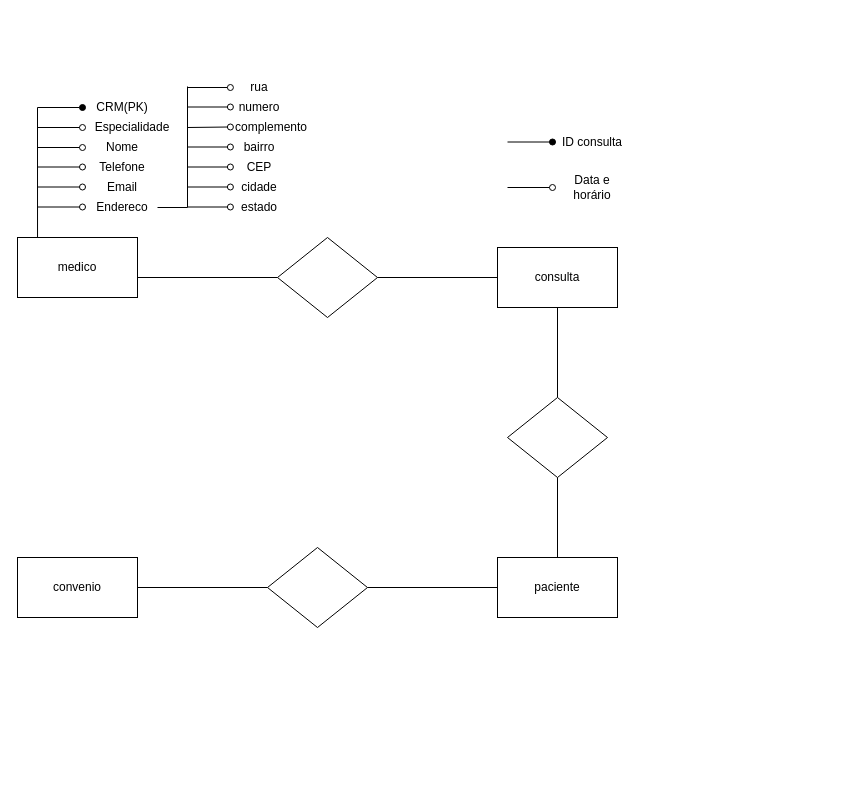
This is Diagrama sem nome.drawio from MatheusPomper/Matheus-Pomper, a draw.io file, before an edit. Source tidied: cells renumbered, new cells numbered last; positions are measured from the earlier drawing's top-left corner, leaving out a move shared by most shapes. Both pictures are drawn from the tidied source at 100%, with x=0, y=0 at pixel (17, 77).
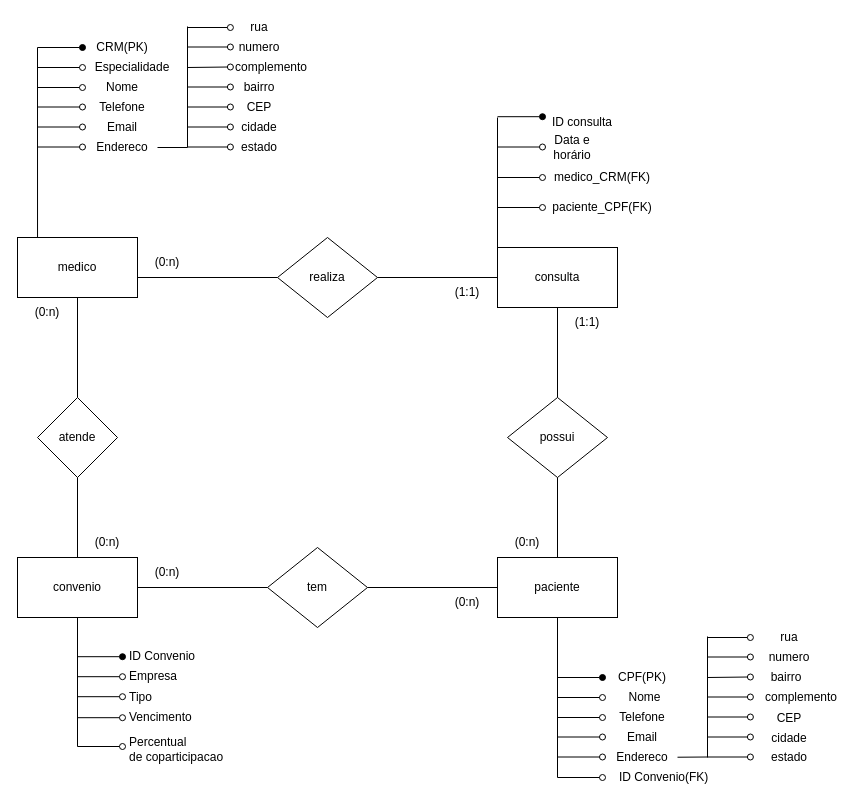
After the change.

Unchanged cells that the change refers to:
```xml
<mxCell id="2" value="medico" style="rounded=0;whiteSpace=wrap;html=1;" parent="1" vertex="1">
  <mxGeometry y="160" width="120" height="60" as="geometry" />
</mxCell>
<mxCell id="3" value="consulta" style="rounded=0;whiteSpace=wrap;html=1;" parent="1" vertex="1">
  <mxGeometry x="480" y="170" width="120" height="60" as="geometry" />
</mxCell>
<mxCell id="5" value="convenio" style="rounded=0;whiteSpace=wrap;html=1;" parent="1" vertex="1">
  <mxGeometry y="480" width="120" height="60" as="geometry" />
</mxCell>
```

The edit, as a diff of the source:
```diff
@@
-    <mxCell id="6" style="rhombus;whiteSpace=wrap;html=1;" parent="1" vertex="1">
+    <mxCell id="6" value="realiza" style="rhombus;whiteSpace=wrap;html=1;" parent="1" vertex="1">
       <mxGeometry x="260" y="160" width="100" height="80" as="geometry" />
     </mxCell>
-    <mxCell id="7" style="rhombus;whiteSpace=wrap;html=1;" parent="1" vertex="1">
+    <mxCell id="7" value="possui" style="rhombus;whiteSpace=wrap;html=1;" parent="1" vertex="1">
       <mxGeometry x="490" y="320" width="100" height="80" as="geometry" />
     </mxCell>
-    <mxCell id="8" style="rhombus;whiteSpace=wrap;html=1;" parent="1" vertex="1">
+    <mxCell id="8" value="tem" style="rhombus;whiteSpace=wrap;html=1;" parent="1" vertex="1">
       <mxGeometry x="250" y="470" width="100" height="80" as="geometry" />
     </mxCell>
@@
     <mxCell id="15" style="endArrow=none;html=1;rounded=0;startArrow=oval;startFill=1;" parent="1" edge="1">
       <mxGeometry relative="1" as="geometry">
-        <mxPoint x="65" y="30" as="sourcePoint" />
-        <mxPoint x="20" y="30" as="targetPoint" />
+        <mxPoint x="65" y="-30" as="sourcePoint" />
+        <mxPoint x="20" y="-30" as="targetPoint" />
       </mxGeometry>
     </mxCell>
     <mxCell id="16" value="CRM(PK)" style="text;html=1;align=center;verticalAlign=middle;whiteSpace=wrap;rounded=0;" parent="1" vertex="1">
-      <mxGeometry x="70" y="20" width="70" height="20" as="geometry" />
+      <mxGeometry x="70" y="-40" width="70" height="20" as="geometry" />
     </mxCell>
     <mxCell id="17" style="endArrow=none;html=1;rounded=0;startArrow=oval;startFill=0;" parent="1" edge="1">
       <mxGeometry relative="1" as="geometry">
-        <mxPoint x="65" y="50" as="sourcePoint" />
-        <mxPoint x="20" y="50" as="targetPoint" />
+        <mxPoint x="65" y="-10" as="sourcePoint" />
+        <mxPoint x="20" y="-10" as="targetPoint" />
       </mxGeometry>
     </mxCell>
     <mxCell id="18" style="endArrow=none;html=1;rounded=0;startArrow=oval;startFill=0;" parent="1" edge="1">
       <mxGeometry relative="1" as="geometry">
-        <mxPoint x="65" y="70" as="sourcePoint" />
-        <mxPoint x="20" y="70" as="targetPoint" />
+        <mxPoint x="65" y="10" as="sourcePoint" />
+        <mxPoint x="20" y="10" as="targetPoint" />
       </mxGeometry>
     </mxCell>
     <mxCell id="19" style="endArrow=none;html=1;rounded=0;startArrow=oval;startFill=0;" parent="1" edge="1">
       <mxGeometry relative="1" as="geometry">
-        <mxPoint x="65" y="89.5" as="sourcePoint" />
-        <mxPoint x="20" y="89.5" as="targetPoint" />
+        <mxPoint x="65" y="29.5" as="sourcePoint" />
+        <mxPoint x="20" y="29.5" as="targetPoint" />
       </mxGeometry>
     </mxCell>
     <mxCell id="20" value="Especialidade" style="text;html=1;align=center;verticalAlign=middle;whiteSpace=wrap;rounded=0;" parent="1" vertex="1">
-      <mxGeometry x="70" y="40" width="90" height="20" as="geometry" />
+      <mxGeometry x="70" y="-20" width="90" height="20" as="geometry" />
     </mxCell>
     <mxCell id="21" value="Nome" style="text;html=1;align=center;verticalAlign=middle;whiteSpace=wrap;rounded=0;" parent="1" vertex="1">
-      <mxGeometry x="70" y="60" width="70" height="20" as="geometry" />
+      <mxGeometry x="70" width="70" height="20" as="geometry" />
     </mxCell>
     <mxCell id="22" value="Telefone" style="text;html=1;align=center;verticalAlign=middle;whiteSpace=wrap;rounded=0;" parent="1" vertex="1">
-      <mxGeometry x="70" y="80" width="70" height="20" as="geometry" />
+      <mxGeometry x="70" y="20" width="70" height="20" as="geometry" />
     </mxCell>
     <mxCell id="23" style="endArrow=none;html=1;rounded=0;startArrow=oval;startFill=0;" parent="1" edge="1">
       <mxGeometry relative="1" as="geometry">
-        <mxPoint x="65" y="109.5" as="sourcePoint" />
-        <mxPoint x="20" y="109.5" as="targetPoint" />
+        <mxPoint x="65" y="49.5" as="sourcePoint" />
+        <mxPoint x="20" y="49.5" as="targetPoint" />
       </mxGeometry>
     </mxCell>
     <mxCell id="24" value="Email" style="text;html=1;align=center;verticalAlign=middle;whiteSpace=wrap;rounded=0;" parent="1" vertex="1">
-      <mxGeometry x="70" y="100" width="70" height="20" as="geometry" />
+      <mxGeometry x="70" y="40" width="70" height="20" as="geometry" />
     </mxCell>
     <mxCell id="25" style="endArrow=none;html=1;rounded=0;startArrow=oval;startFill=0;" parent="1" edge="1">
       <mxGeometry relative="1" as="geometry">
-        <mxPoint x="65" y="129.5" as="sourcePoint" />
-        <mxPoint x="20" y="129.5" as="targetPoint" />
+        <mxPoint x="65" y="69.5" as="sourcePoint" />
+        <mxPoint x="20" y="69.5" as="targetPoint" />
       </mxGeometry>
     </mxCell>
     <mxCell id="26" value="Endereco" style="text;html=1;align=center;verticalAlign=middle;whiteSpace=wrap;rounded=0;" parent="1" vertex="1">
-      <mxGeometry x="70" y="120" width="70" height="20" as="geometry" />
+      <mxGeometry x="70" y="60" width="70" height="20" as="geometry" />
     </mxCell>
     <mxCell id="27" style="endArrow=none;html=1;rounded=0;exitX=0.167;exitY=0;exitDx=0;exitDy=0;exitPerimeter=0;" parent="1" edge="1" source="2">
       <mxGeometry relative="1" as="geometry">
-        <mxPoint x="20" y="30" as="targetPoint" />
+        <mxPoint x="20" y="-30" as="targetPoint" />
       </mxGeometry>
     </mxCell>
     <mxCell id="28" style="group;" parent="1" vertex="1">
-      <mxGeometry x="170" width="120" height="140" as="geometry" />
+      <mxGeometry x="170" y="-60" width="120" height="140" as="geometry" />
     </mxCell>
@@
     <mxCell id="44" style="endArrow=none;html=1;rounded=0;exitX=1;exitY=0.5;exitDx=0;exitDy=0;" parent="1" edge="1" source="26">
       <mxGeometry relative="1" as="geometry">
-        <mxPoint x="170" y="130" as="targetPoint" />
+        <mxPoint x="170" y="70" as="targetPoint" />
       </mxGeometry>
     </mxCell>
     <mxCell id="45" style="endArrow=none;html=1;rounded=0;startArrow=oval;startFill=1;" parent="1" edge="1">
       <mxGeometry relative="1" as="geometry">
-        <mxPoint x="535" y="64.5" as="sourcePoint" />
-        <mxPoint x="490" y="64.5" as="targetPoint" />
+        <mxPoint x="525" y="39.2" as="sourcePoint" />
+        <mxPoint x="480" y="39.2" as="targetPoint" />
       </mxGeometry>
     </mxCell>
     <mxCell id="46" value="ID consulta" style="text;html=1;align=center;verticalAlign=middle;whiteSpace=wrap;rounded=0;" parent="1" vertex="1">
-      <mxGeometry x="540" y="54.5" width="70" height="20" as="geometry" />
+      <mxGeometry x="530" y="34.5" width="70" height="20" as="geometry" />
     </mxCell>
     <mxCell id="47" style="endArrow=none;html=1;rounded=0;startArrow=oval;startFill=0;" parent="1" edge="1">
       <mxGeometry relative="1" as="geometry">
-        <mxPoint x="535" y="110" as="sourcePoint" />
-        <mxPoint x="490" y="110" as="targetPoint" />
+        <mxPoint x="525" y="69.5" as="sourcePoint" />
+        <mxPoint x="480" y="69.5" as="targetPoint" />
       </mxGeometry>
     </mxCell>
     <mxCell id="48" value="Data e horário" style="text;html=1;align=center;verticalAlign=middle;whiteSpace=wrap;rounded=0;" parent="1" vertex="1">
-      <mxGeometry x="540" y="100" width="70" height="20" as="geometry" />
+      <mxGeometry x="520" y="60" width="70" height="20" as="geometry" />
     </mxCell>
+    <mxCell id="49" style="endArrow=none;html=1;rounded=0;exitX=0;exitY=0;exitDx=0;exitDy=0;" parent="1" edge="1" source="3">
+      <mxGeometry relative="1" as="geometry">
+        <mxPoint x="480" y="40" as="targetPoint" />
+      </mxGeometry>
+    </mxCell>
+    <mxCell id="50" style="endArrow=none;html=1;rounded=0;startArrow=oval;startFill=1;" parent="1" edge="1">
+      <mxGeometry relative="1" as="geometry">
+        <mxPoint x="585" y="600" as="sourcePoint" />
+        <mxPoint x="540" y="600" as="targetPoint" />
+      </mxGeometry>
+    </mxCell>
+    <mxCell id="51" value="CPF(PK)" style="text;html=1;align=center;verticalAlign=middle;whiteSpace=wrap;rounded=0;" parent="1" vertex="1">
+      <mxGeometry x="590" y="590" width="70" height="20" as="geometry" />
+    </mxCell>
+    <mxCell id="52" style="endArrow=none;html=1;rounded=0;startArrow=oval;startFill=0;" parent="1" edge="1">
+      <mxGeometry relative="1" as="geometry">
+        <mxPoint x="585" y="620" as="sourcePoint" />
+        <mxPoint x="540" y="620" as="targetPoint" />
+      </mxGeometry>
+    </mxCell>
+    <mxCell id="53" style="endArrow=none;html=1;rounded=0;startArrow=oval;startFill=0;" parent="1" edge="1">
+      <mxGeometry relative="1" as="geometry">
+        <mxPoint x="585" y="640" as="sourcePoint" />
+        <mxPoint x="540" y="640" as="targetPoint" />
+      </mxGeometry>
+    </mxCell>
+    <mxCell id="54" style="endArrow=none;html=1;rounded=0;startArrow=oval;startFill=0;" parent="1" edge="1">
+      <mxGeometry relative="1" as="geometry">
+        <mxPoint x="585" y="659.5" as="sourcePoint" />
+        <mxPoint x="540" y="659.5" as="targetPoint" />
+      </mxGeometry>
+    </mxCell>
+    <mxCell id="55" value="Nome" style="text;html=1;align=center;verticalAlign=middle;whiteSpace=wrap;rounded=0;" parent="1" vertex="1">
+      <mxGeometry x="590" y="610" width="75" height="20" as="geometry" />
+    </mxCell>
+    <mxCell id="56" value="Telefone" style="text;html=1;align=center;verticalAlign=middle;whiteSpace=wrap;rounded=0;" parent="1" vertex="1">
+      <mxGeometry x="590" y="630" width="70" height="20" as="geometry" />
+    </mxCell>
+    <mxCell id="57" value="Email" style="text;html=1;align=center;verticalAlign=middle;whiteSpace=wrap;rounded=0;" parent="1" vertex="1">
+      <mxGeometry x="590" y="650" width="70" height="20" as="geometry" />
+    </mxCell>
+    <mxCell id="58" style="endArrow=none;html=1;rounded=0;startArrow=oval;startFill=0;" parent="1" edge="1">
+      <mxGeometry relative="1" as="geometry">
+        <mxPoint x="585" y="679.5" as="sourcePoint" />
+        <mxPoint x="540" y="679.5" as="targetPoint" />
+      </mxGeometry>
+    </mxCell>
+    <mxCell id="59" value="Endereco" style="text;html=1;align=center;verticalAlign=middle;whiteSpace=wrap;rounded=0;" parent="1" vertex="1">
+      <mxGeometry x="590" y="670" width="70" height="20" as="geometry" />
+    </mxCell>
+    <mxCell id="60" style="endArrow=none;html=1;rounded=0;" parent="1" edge="1" source="59">
+      <mxGeometry relative="1" as="geometry">
+        <mxPoint x="690" y="679.5" as="targetPoint" />
+      </mxGeometry>
+    </mxCell>
+    <mxCell id="61" style="endArrow=none;html=1;rounded=0;" parent="1" edge="1">
+      <mxGeometry relative="1" as="geometry">
+        <mxPoint x="540" y="700" as="sourcePoint" />
+        <mxPoint x="540" y="540" as="targetPoint" />
+      </mxGeometry>
+    </mxCell>
+    <mxCell id="62" style="endArrow=none;html=1;rounded=0;startArrow=oval;startFill=0;" parent="1" edge="1">
+      <mxGeometry relative="1" as="geometry">
+        <mxPoint x="732.9" y="579.5" as="sourcePoint" />
+        <mxPoint x="690" y="579.5" as="targetPoint" />
+      </mxGeometry>
+    </mxCell>
+    <mxCell id="63" style="endArrow=none;html=1;rounded=0;startArrow=oval;startFill=0;" parent="1" edge="1">
+      <mxGeometry relative="1" as="geometry">
+        <mxPoint x="732.9" y="599.5" as="sourcePoint" />
+        <mxPoint x="690" y="600" as="targetPoint" />
+      </mxGeometry>
+    </mxCell>
+    <mxCell id="64" style="endArrow=none;html=1;rounded=0;startArrow=oval;startFill=0;" parent="1" edge="1">
+      <mxGeometry relative="1" as="geometry">
+        <mxPoint x="732.9" y="659.5" as="sourcePoint" />
+        <mxPoint x="690" y="659.5" as="targetPoint" />
+      </mxGeometry>
+    </mxCell>
+    <mxCell id="65" style="endArrow=none;html=1;rounded=0;startArrow=oval;startFill=0;" parent="1" edge="1">
+      <mxGeometry relative="1" as="geometry">
+        <mxPoint x="732.9" y="619.5" as="sourcePoint" />
+        <mxPoint x="690" y="619.5" as="targetPoint" />
+      </mxGeometry>
+    </mxCell>
+    <mxCell id="66" style="endArrow=none;html=1;rounded=0;startArrow=oval;startFill=0;" parent="1" edge="1">
+      <mxGeometry relative="1" as="geometry">
+        <mxPoint x="732.9" y="639.5" as="sourcePoint" />
+        <mxPoint x="690" y="639.5" as="targetPoint" />
+      </mxGeometry>
+    </mxCell>
+    <mxCell id="67" style="endArrow=none;html=1;rounded=0;startArrow=oval;startFill=0;" parent="1" edge="1">
+      <mxGeometry relative="1" as="geometry">
+        <mxPoint x="732.9" y="679.5" as="sourcePoint" />
+        <mxPoint x="690" y="679.5" as="targetPoint" />
+      </mxGeometry>
+    </mxCell>
+    <mxCell id="68" value="numero" style="text;html=1;align=center;verticalAlign=middle;whiteSpace=wrap;rounded=0;labelPosition=center;verticalLabelPosition=middle;" parent="1" vertex="1">
+      <mxGeometry x="748" y="569" width="47.6" height="21" as="geometry" />
+    </mxCell>
+    <mxCell id="69" value="complemento" style="text;html=1;align=center;verticalAlign=middle;whiteSpace=wrap;rounded=0;labelPosition=center;verticalLabelPosition=middle;" parent="1" vertex="1">
+      <mxGeometry x="748" y="609" width="72.4" height="21" as="geometry" />
+    </mxCell>
+    <mxCell id="70" value="bairro" style="text;html=1;align=center;verticalAlign=middle;whiteSpace=wrap;rounded=0;labelPosition=center;verticalLabelPosition=middle;" parent="1" vertex="1">
+      <mxGeometry x="748" y="589" width="42" height="21" as="geometry" />
+    </mxCell>
+    <mxCell id="71" value="CEP" style="text;html=1;align=center;verticalAlign=middle;whiteSpace=wrap;rounded=0;labelPosition=center;verticalLabelPosition=middle;" parent="1" vertex="1">
+      <mxGeometry x="748" y="630" width="47.6" height="21" as="geometry" />
+    </mxCell>
+    <mxCell id="72" value="cidade" style="text;html=1;align=center;verticalAlign=middle;whiteSpace=wrap;rounded=0;labelPosition=center;verticalLabelPosition=middle;" parent="1" vertex="1">
+      <mxGeometry x="748" y="650" width="47.6" height="21" as="geometry" />
+    </mxCell>
+    <mxCell id="73" style="endArrow=none;html=1;rounded=0;startArrow=oval;startFill=0;" parent="1" edge="1">
+      <mxGeometry relative="1" as="geometry">
+        <mxPoint x="732.9" y="560" as="sourcePoint" />
+        <mxPoint x="690" y="560" as="targetPoint" />
+      </mxGeometry>
+    </mxCell>
+    <mxCell id="74" value="rua" style="text;html=1;align=center;verticalAlign=middle;whiteSpace=wrap;rounded=0;labelPosition=center;verticalLabelPosition=middle;" parent="1" vertex="1">
+      <mxGeometry x="748" y="550" width="47.6" height="20" as="geometry" />
+    </mxCell>
+    <mxCell id="75" value="estado" style="text;html=1;align=center;verticalAlign=middle;whiteSpace=wrap;rounded=0;labelPosition=center;verticalLabelPosition=middle;" parent="1" vertex="1">
+      <mxGeometry x="748" y="669" width="47.6" height="21" as="geometry" />
+    </mxCell>
+    <mxCell id="76" style="endArrow=none;html=1;rounded=0;" parent="1" edge="1">
+      <mxGeometry relative="1" as="geometry">
+        <mxPoint x="690" y="680" as="sourcePoint" />
+        <mxPoint x="690" y="559" as="targetPoint" />
+      </mxGeometry>
+    </mxCell>
+    <mxCell id="77" style="endArrow=none;html=1;rounded=0;startArrow=oval;startFill=1;" parent="1" edge="1">
+      <mxGeometry relative="1" as="geometry">
+        <mxPoint x="105" y="579.2" as="sourcePoint" />
+        <mxPoint x="60" y="579.2" as="targetPoint" />
+      </mxGeometry>
+    </mxCell>
+    <mxCell id="78" value="ID Convenio" style="text;html=1;align=left;verticalAlign=middle;whiteSpace=wrap;rounded=0;" parent="1" vertex="1">
+      <mxGeometry x="110" y="569" width="70" height="20" as="geometry" />
+    </mxCell>
+    <mxCell id="79" style="endArrow=none;html=1;rounded=0;startArrow=oval;startFill=0;" parent="1" edge="1">
+      <mxGeometry relative="1" as="geometry">
+        <mxPoint x="105" y="599.2" as="sourcePoint" />
+        <mxPoint x="60" y="599.2" as="targetPoint" />
+      </mxGeometry>
+    </mxCell>
+    <mxCell id="80" style="endArrow=none;html=1;rounded=0;startArrow=oval;startFill=0;" parent="1" edge="1">
+      <mxGeometry relative="1" as="geometry">
+        <mxPoint x="105" y="619.2" as="sourcePoint" />
+        <mxPoint x="60" y="619.2" as="targetPoint" />
+      </mxGeometry>
+    </mxCell>
+    <mxCell id="81" style="endArrow=none;html=1;rounded=0;startArrow=oval;startFill=0;" parent="1" edge="1">
+      <mxGeometry relative="1" as="geometry">
+        <mxPoint x="105" y="640.2" as="sourcePoint" />
+        <mxPoint x="60" y="640.2" as="targetPoint" />
+      </mxGeometry>
+    </mxCell>
+    <mxCell id="82" value="Empresa" style="text;html=1;align=left;verticalAlign=middle;whiteSpace=wrap;rounded=0;" parent="1" vertex="1">
+      <mxGeometry x="110" y="589" width="70" height="20" as="geometry" />
+    </mxCell>
+    <mxCell id="83" value="Tipo" style="text;html=1;align=left;verticalAlign=middle;whiteSpace=wrap;rounded=0;" parent="1" vertex="1">
+      <mxGeometry x="110" y="610" width="70" height="20" as="geometry" />
+    </mxCell>
+    <mxCell id="84" value="Vencimento" style="text;html=1;align=left;verticalAlign=middle;whiteSpace=wrap;rounded=0;" parent="1" vertex="1">
+      <mxGeometry x="110" y="630" width="70" height="20" as="geometry" />
+    </mxCell>
+    <mxCell id="85" style="endArrow=none;html=1;rounded=0;startArrow=oval;startFill=0;" parent="1" edge="1">
+      <mxGeometry relative="1" as="geometry">
+        <mxPoint x="105" y="669" as="sourcePoint" />
+        <mxPoint x="60" y="669" as="targetPoint" />
+      </mxGeometry>
+    </mxCell>
+    <mxCell id="86" value="Percentual&lt;div&gt;de coparticipacao&lt;/div&gt;" style="text;html=1;align=left;verticalAlign=middle;whiteSpace=wrap;rounded=0;" parent="1" vertex="1">
+      <mxGeometry x="110" y="659" width="105" height="26" as="geometry" />
+    </mxCell>
+    <mxCell id="87" style="endArrow=none;html=1;rounded=0;entryX=0.5;entryY=1;entryDx=0;entryDy=0;" parent="1" edge="1" target="5">
+      <mxGeometry relative="1" as="geometry">
+        <mxPoint x="60" y="669" as="sourcePoint" />
+      </mxGeometry>
+    </mxCell>
+    <mxCell id="88" value="(0:n)" style="text;html=1;align=center;verticalAlign=middle;whiteSpace=wrap;rounded=0;" parent="1" vertex="1">
+      <mxGeometry x="120" y="170" width="60" height="30" as="geometry" />
+    </mxCell>
+    <mxCell id="89" value="atende" style="rhombus;whiteSpace=wrap;html=1;" parent="1" vertex="1">
+      <mxGeometry x="20" y="320" width="80" height="80" as="geometry" />
+    </mxCell>
+    <mxCell id="90" style="endArrow=none;html=1;rounded=0;exitX=0.5;exitY=0;exitDx=0;exitDy=0;" parent="1" edge="1" source="89">
+      <mxGeometry relative="1" as="geometry">
+        <mxPoint x="60" y="220" as="targetPoint" />
+      </mxGeometry>
+    </mxCell>
+    <mxCell id="91" style="endArrow=none;html=1;rounded=0;exitX=0.5;exitY=0;exitDx=0;exitDy=0;" parent="1" edge="1" source="5">
+      <mxGeometry relative="1" as="geometry">
+        <mxPoint x="60" y="400" as="targetPoint" />
+      </mxGeometry>
+    </mxCell>
+    <mxCell id="92" value="(0:n)" style="text;html=1;align=center;verticalAlign=middle;whiteSpace=wrap;rounded=0;" parent="1" vertex="1">
+      <mxGeometry y="220" width="60" height="30" as="geometry" />
+    </mxCell>
+    <mxCell id="93" value="(0:n)" style="text;html=1;align=center;verticalAlign=middle;whiteSpace=wrap;rounded=0;" parent="1" vertex="1">
+      <mxGeometry x="420" y="510" width="60" height="30" as="geometry" />
+    </mxCell>
+    <mxCell id="94" value="(0:n)" style="text;html=1;align=center;verticalAlign=middle;whiteSpace=wrap;rounded=0;" parent="1" vertex="1">
+      <mxGeometry x="480" y="450" width="60" height="30" as="geometry" />
+    </mxCell>
+    <mxCell id="95" value="(0:n)" style="text;html=1;align=center;verticalAlign=middle;whiteSpace=wrap;rounded=0;" parent="1" vertex="1">
+      <mxGeometry x="60" y="450" width="60" height="30" as="geometry" />
+    </mxCell>
+    <mxCell id="96" value="(1:1)" style="text;html=1;align=center;verticalAlign=middle;whiteSpace=wrap;rounded=0;" parent="1" vertex="1">
+      <mxGeometry x="540" y="230" width="60" height="30" as="geometry" />
+    </mxCell>
+    <mxCell id="97" value="(1:1)" style="text;html=1;align=center;verticalAlign=middle;whiteSpace=wrap;rounded=0;" parent="1" vertex="1">
+      <mxGeometry x="420" y="200" width="60" height="30" as="geometry" />
+    </mxCell>
+    <mxCell id="98" value="medico_CRM(FK)" style="text;html=1;align=center;verticalAlign=middle;whiteSpace=wrap;rounded=0;" parent="1" vertex="1">
+      <mxGeometry x="530" y="90" width="110" height="20" as="geometry" />
+    </mxCell>
+    <mxCell id="99" style="endArrow=none;html=1;rounded=0;startArrow=oval;startFill=0;" parent="1" edge="1">
+      <mxGeometry relative="1" as="geometry">
+        <mxPoint x="525" y="100" as="sourcePoint" />
+        <mxPoint x="480" y="100" as="targetPoint" />
+      </mxGeometry>
+    </mxCell>
+    <mxCell id="100" value="(0:n)" style="text;html=1;align=center;verticalAlign=middle;whiteSpace=wrap;rounded=0;" parent="1" vertex="1">
+      <mxGeometry x="120" y="480" width="60" height="30" as="geometry" />
+    </mxCell>
+    <mxCell id="101" style="endArrow=none;html=1;rounded=0;startArrow=oval;startFill=0;" parent="1" edge="1">
+      <mxGeometry relative="1" as="geometry">
+        <mxPoint x="525" y="130" as="sourcePoint" />
+        <mxPoint x="480" y="130" as="targetPoint" />
+      </mxGeometry>
+    </mxCell>
+    <mxCell id="102" value="paciente_CPF(FK)" style="text;html=1;align=center;verticalAlign=middle;whiteSpace=wrap;rounded=0;" parent="1" vertex="1">
+      <mxGeometry x="530" y="120" width="110" height="20" as="geometry" />
+    </mxCell>
+    <mxCell id="103" style="endArrow=none;html=1;rounded=0;startArrow=oval;startFill=0;" parent="1" edge="1">
+      <mxGeometry relative="1" as="geometry">
+        <mxPoint x="585" y="700" as="sourcePoint" />
+        <mxPoint x="540" y="700" as="targetPoint" />
+      </mxGeometry>
+    </mxCell>
+    <mxCell id="104" value="ID Convenio(FK)" style="text;html=1;align=left;verticalAlign=middle;whiteSpace=wrap;rounded=0;" parent="1" vertex="1">
+      <mxGeometry x="600" y="690" width="110" height="20" as="geometry" />
+    </mxCell>
```
